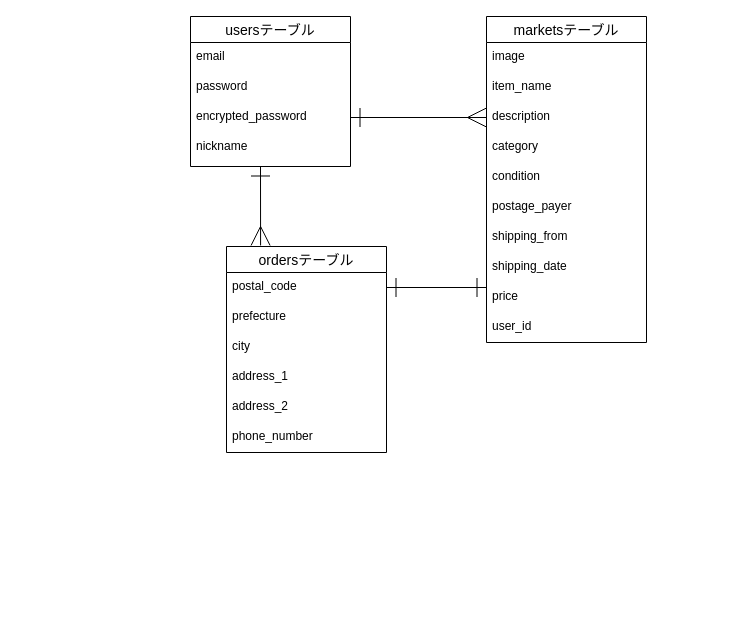
This is database.dio from Gakkk23/furima-37530, a draw.io file, before an edit. Source tidied: cells renumbered, new cells numbered last; positions are measured from the earlier drawing's top-left corner, leaving out a move shared by most shapes. Both pictures are drawn from the tidied source at 100%, with x=0, y=0 at pixel (190, 16).
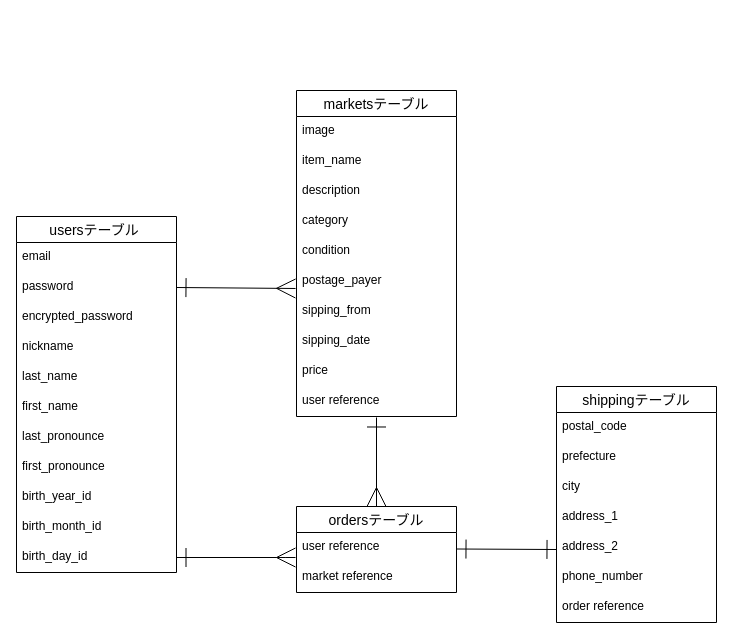
After the change.

Commit message (it also covers changes not shown here):
「データベース設計」修正依頼箇所の修正

The change refers to these unchanged cells:
```xml
<mxCell id="4" value="password" style="text;strokeColor=none;fillColor=none;spacingLeft=4;spacingRight=4;overflow=hidden;points=[[0,0.5],[1,0.5]];portConstraint=eastwest;fontSize=12;" parent="2" vertex="1">
  <mxGeometry y="56" width="160" height="30" as="geometry" />
</mxCell>
<mxCell id="13" value="postage_payer" style="text;strokeColor=none;fillColor=none;spacingLeft=4;spacingRight=4;overflow=hidden;points=[[0,0.5],[1,0.5]];portConstraint=eastwest;fontSize=12;" parent="7" vertex="1">
  <mxGeometry y="176" width="160" height="30" as="geometry" />
</mxCell>
```

What changed in the source:
```diff
@@
-    <mxCell id="2" value="usersテーブル" style="swimlane;fontStyle=0;horizontal=1;startSize=26;align=center;fontSize=14;" parent="1" vertex="1">
-      <mxGeometry width="160" height="150" as="geometry" />
+    <mxCell id="2" value="usersテーブル " style="swimlane;fontStyle=0;horizontal=1;startSize=26;align=center;fontSize=14;" parent="1" vertex="1">
+      <mxGeometry x="-174" y="200" width="160" height="356" as="geometry" />
     </mxCell>
@@
-    <mxCell id="5" value="encrypted_password" style="text;strokeColor=none;fillColor=none;spacingLeft=4;spacingRight=4;overflow=hidden;points=[[0,0.5],[1,0.5]];portConstraint=eastwest;fontSize=12;" parent="2" vertex="1">
+    <mxCell id="5" value="encrypted_password&#10;" style="text;strokeColor=none;fillColor=none;spacingLeft=4;spacingRight=4;overflow=hidden;points=[[0,0.5],[1,0.5]];portConstraint=eastwest;fontSize=12;" parent="2" vertex="1">
       <mxGeometry y="86" width="160" height="30" as="geometry" />
     </mxCell>
     <mxCell id="6" value="nickname" style="text;strokeColor=none;fillColor=none;spacingLeft=4;spacingRight=4;overflow=hidden;fontSize=12;" parent="2" vertex="1">
-      <mxGeometry y="116" width="160" height="34" as="geometry" />
+      <mxGeometry y="116" width="160" height="30" as="geometry" />
     </mxCell>
+    <mxCell id="28" value="last_name&#10;" style="text;strokeColor=none;fillColor=none;spacingLeft=4;spacingRight=4;overflow=hidden;fontSize=12;" parent="2" vertex="1">
+      <mxGeometry y="146" width="160" height="30" as="geometry" />
+    </mxCell>
+    <mxCell id="29" value="first_name" style="text;strokeColor=none;fillColor=none;spacingLeft=4;spacingRight=4;overflow=hidden;fontSize=12;" parent="2" vertex="1">
+      <mxGeometry y="176" width="160" height="30" as="geometry" />
+    </mxCell>
+    <mxCell id="30" value="last_pronounce" style="text;strokeColor=none;fillColor=none;spacingLeft=4;spacingRight=4;overflow=hidden;fontSize=12;" parent="2" vertex="1">
+      <mxGeometry y="206" width="160" height="30" as="geometry" />
+    </mxCell>
+    <mxCell id="31" value="first_pronounce" style="text;strokeColor=none;fillColor=none;spacingLeft=4;spacingRight=4;overflow=hidden;fontSize=12;" parent="2" vertex="1">
+      <mxGeometry y="236" width="160" height="30" as="geometry" />
+    </mxCell>
+    <mxCell id="32" value="birth_year_id" style="text;strokeColor=none;fillColor=none;spacingLeft=4;spacingRight=4;overflow=hidden;fontSize=12;" parent="2" vertex="1">
+      <mxGeometry y="266" width="160" height="30" as="geometry" />
+    </mxCell>
+    <mxCell id="33" value="birth_month_id" style="text;strokeColor=none;fillColor=none;spacingLeft=4;spacingRight=4;overflow=hidden;fontSize=12;" parent="2" vertex="1">
+      <mxGeometry y="296" width="160" height="30" as="geometry" />
+    </mxCell>
+    <mxCell id="34" value="birth_day_id" style="text;strokeColor=none;fillColor=none;spacingLeft=4;spacingRight=4;overflow=hidden;points=[[0,0.5],[1,0.5]];portConstraint=eastwest;fontSize=12;" parent="2" vertex="1">
+      <mxGeometry y="326" width="160" height="30" as="geometry" />
+    </mxCell>
     <mxCell id="7" value="marketsテーブル" style="swimlane;fontStyle=0;horizontal=1;startSize=26;align=center;fontSize=14;" parent="1" vertex="1">
-      <mxGeometry x="296" width="160" height="326" as="geometry" />
+      <mxGeometry x="106" y="74" width="160" height="326" as="geometry" />
     </mxCell>
@@
-    <mxCell id="11" value="category&#10;" style="text;strokeColor=none;fillColor=none;spacingLeft=4;spacingRight=4;overflow=hidden;fontSize=12;" parent="7" vertex="1">
+    <mxCell id="11" value="category" style="text;strokeColor=none;fillColor=none;spacingLeft=4;spacingRight=4;overflow=hidden;fontSize=12;" parent="7" vertex="1">
       <mxGeometry y="116" width="160" height="30" as="geometry" />
     </mxCell>
@@
-    <mxCell id="14" value="shipping_from" style="text;strokeColor=none;fillColor=none;spacingLeft=4;spacingRight=4;overflow=hidden;fontSize=12;" parent="7" vertex="1">
-      <mxGeometry y="206" width="160" height="30" as="geometry" />
-    </mxCell>
-    <mxCell id="15" value="shipping_date" style="text;strokeColor=none;fillColor=none;spacingLeft=4;spacingRight=4;overflow=hidden;fontSize=12;" parent="7" vertex="1">
-      <mxGeometry y="236" width="160" height="30" as="geometry" />
-    </mxCell>
+    <mxCell id="35" value="sipping_from" style="text;strokeColor=none;fillColor=none;spacingLeft=4;spacingRight=4;overflow=hidden;fontSize=12;" parent="7" vertex="1">
+      <mxGeometry y="206" width="160" height="30" as="geometry" />
+    </mxCell>
+    <mxCell id="36" value="sipping_date" style="text;strokeColor=none;fillColor=none;spacingLeft=4;spacingRight=4;overflow=hidden;fontSize=12;" parent="7" vertex="1">
+      <mxGeometry y="236" width="160" height="30" as="geometry" />
+    </mxCell>
@@
-    <mxCell id="17" value="user_id" style="text;strokeColor=none;fillColor=none;spacingLeft=4;spacingRight=4;overflow=hidden;fontSize=12;" parent="7" vertex="1">
-      <mxGeometry y="296" width="160" height="30" as="geometry" />
-    </mxCell>
-    <mxCell id="18" value="ordersテーブル" style="swimlane;fontStyle=0;horizontal=1;startSize=26;align=center;fontSize=14;" parent="1" vertex="1">
-      <mxGeometry x="36" y="230" width="160" height="206" as="geometry" />
-    </mxCell>
+    <mxCell id="37" value="user reference" style="text;strokeColor=none;fillColor=none;spacingLeft=4;spacingRight=4;overflow=hidden;points=[[0,0.5],[1,0.5]];portConstraint=eastwest;fontSize=12;" parent="7" vertex="1">
+      <mxGeometry y="296" width="160" height="30" as="geometry" />
+    </mxCell>
+    <mxCell id="38" style="edgeStyle=none;jumpSize=17;html=1;exitX=1;exitY=0.5;exitDx=0;exitDy=0;entryX=-0.006;entryY=-0.167;entryDx=0;entryDy=0;entryPerimeter=0;startArrow=ERone;startFill=0;endArrow=ERmany;endFill=0;startSize=17;endSize=17;targetPerimeterSpacing=0;" parent="1" edge="1" source="34">
+      <mxGeometry relative="1" as="geometry">
+        <mxPoint x="105" y="541" as="targetPoint" />
+        <Array as="points">
+          <mxPoint x="96" y="541" />
+        </Array>
+      </mxGeometry>
+    </mxCell>
+    <mxCell id="39" style="edgeStyle=none;jumpSize=17;html=1;exitX=1;exitY=0.5;exitDx=0;exitDy=0;startArrow=ERone;startFill=0;endArrow=ERone;endFill=0;startSize=17;endSize=17;targetPerimeterSpacing=0;" parent="1" edge="1">
+      <mxGeometry relative="1" as="geometry">
+        <mxPoint x="266" y="532.5" as="sourcePoint" />
+        <mxPoint x="366" y="533" as="targetPoint" />
+      </mxGeometry>
+    </mxCell>
+    <mxCell id="40" value="shippingテーブル" style="swimlane;fontStyle=0;horizontal=1;startSize=26;align=center;fontSize=14;" parent="1" vertex="1">
+      <mxGeometry x="366" y="370" width="160" height="236" as="geometry" />
+    </mxCell>
-    <mxCell id="19" value="postal_code" style="text;strokeColor=none;fillColor=none;spacingLeft=4;spacingRight=4;overflow=hidden;points=[[0,0.5],[1,0.5]];portConstraint=eastwest;fontSize=12;" parent="18" vertex="1">
+    <mxCell id="19" value="postal_code" style="text;strokeColor=none;fillColor=none;spacingLeft=4;spacingRight=4;overflow=hidden;points=[[0,0.5],[1,0.5]];portConstraint=eastwest;fontSize=12;" parent="40" vertex="1">
       <mxGeometry y="26" width="160" height="30" as="geometry" />
     </mxCell>
-    <mxCell id="20" value="prefecture" style="text;strokeColor=none;fillColor=none;spacingLeft=4;spacingRight=4;overflow=hidden;fontSize=12;" parent="18" vertex="1">
+    <mxCell id="20" value="prefecture" style="text;strokeColor=none;fillColor=none;spacingLeft=4;spacingRight=4;overflow=hidden;fontSize=12;" parent="40" vertex="1">
       <mxGeometry y="56" width="160" height="30" as="geometry" />
     </mxCell>
-    <mxCell id="21" value="city" style="text;strokeColor=none;fillColor=none;spacingLeft=4;spacingRight=4;overflow=hidden;fontSize=12;" parent="18" vertex="1">
+    <mxCell id="21" value="city" style="text;strokeColor=none;fillColor=none;spacingLeft=4;spacingRight=4;overflow=hidden;fontSize=12;" parent="40" vertex="1">
       <mxGeometry y="86" width="160" height="30" as="geometry" />
     </mxCell>
-    <mxCell id="22" value="address_1" style="text;strokeColor=none;fillColor=none;spacingLeft=4;spacingRight=4;overflow=hidden;fontSize=12;" parent="18" vertex="1">
+    <mxCell id="22" value="address_1" style="text;strokeColor=none;fillColor=none;spacingLeft=4;spacingRight=4;overflow=hidden;fontSize=12;" parent="40" vertex="1">
       <mxGeometry y="116" width="160" height="30" as="geometry" />
     </mxCell>
-    <mxCell id="23" value="address_2" style="text;strokeColor=none;fillColor=none;spacingLeft=4;spacingRight=4;overflow=hidden;fontSize=12;" parent="18" vertex="1">
+    <mxCell id="23" value="address_2" style="text;strokeColor=none;fillColor=none;spacingLeft=4;spacingRight=4;overflow=hidden;fontSize=12;" parent="40" vertex="1">
       <mxGeometry y="146" width="160" height="30" as="geometry" />
     </mxCell>
-    <mxCell id="24" value="phone_number" style="text;strokeColor=none;fillColor=none;spacingLeft=4;spacingRight=4;overflow=hidden;fontSize=12;" parent="18" vertex="1">
+    <mxCell id="24" value="phone_number" style="text;strokeColor=none;fillColor=none;spacingLeft=4;spacingRight=4;overflow=hidden;fontSize=12;" parent="40" vertex="1">
       <mxGeometry y="176" width="160" height="30" as="geometry" />
     </mxCell>
-    <mxCell id="25" style="edgeStyle=none;html=1;exitX=1;exitY=0.5;exitDx=0;exitDy=0;startArrow=ERone;startFill=0;endArrow=ERmany;endFill=0;startSize=17;endSize=17;targetPerimeterSpacing=0;jumpSize=17;" parent="1" edge="1" source="5">
-      <mxGeometry relative="1" as="geometry">
-        <mxPoint x="296" y="101" as="targetPoint" />
-      </mxGeometry>
-    </mxCell>
-    <mxCell id="26" style="edgeStyle=none;html=1;entryX=0.213;entryY=-0.005;entryDx=0;entryDy=0;entryPerimeter=0;startArrow=ERone;startFill=0;endArrow=ERmany;endFill=0;startSize=17;endSize=17;" parent="1" edge="1" target="18">
-      <mxGeometry relative="1" as="geometry">
-        <mxPoint x="70" y="150" as="sourcePoint" />
-      </mxGeometry>
-    </mxCell>
-    <mxCell id="27" style="edgeStyle=none;html=1;exitX=1;exitY=0.5;exitDx=0;exitDy=0;startArrow=ERone;startFill=0;endArrow=ERone;endFill=0;startSize=17;endSize=17;" parent="1" edge="1" source="19">
-      <mxGeometry relative="1" as="geometry">
-        <mxPoint x="296" y="271" as="targetPoint" />
-      </mxGeometry>
-    </mxCell>
+    <mxCell id="41" value="order reference" style="text;strokeColor=none;fillColor=none;spacingLeft=4;spacingRight=4;overflow=hidden;fontSize=12;" parent="40" vertex="1">
+      <mxGeometry y="206" width="160" height="30" as="geometry" />
+    </mxCell>
+    <mxCell id="42" style="edgeStyle=none;jumpSize=17;html=1;startArrow=ERone;startFill=0;endArrow=ERmany;endFill=0;startSize=17;endSize=17;targetPerimeterSpacing=0;" parent="1" edge="1" source="18">
+      <mxGeometry relative="1" as="geometry">
+        <mxPoint x="186" y="490" as="targetPoint" />
+      </mxGeometry>
+    </mxCell>
+    <mxCell id="43" style="edgeStyle=none;jumpSize=17;html=1;exitX=0.5;exitY=0;exitDx=0;exitDy=0;entryX=0.5;entryY=1.033;entryDx=0;entryDy=0;entryPerimeter=0;startArrow=ERmany;startFill=0;endArrow=ERone;endFill=0;startSize=17;endSize=17;targetPerimeterSpacing=0;" parent="1" edge="1" source="18" target="37">
+      <mxGeometry relative="1" as="geometry" />
+    </mxCell>
+    <mxCell id="18" value="ordersテーブル" style="swimlane;fontStyle=0;horizontal=1;startSize=26;align=center;fontSize=14;" parent="1" vertex="1">
+      <mxGeometry x="106" y="490" width="160" height="86" as="geometry" />
+    </mxCell>
+    <mxCell id="44" value="user reference" style="text;strokeColor=none;fillColor=none;spacingLeft=4;spacingRight=4;overflow=hidden;fontSize=12;" parent="18" vertex="1">
+      <mxGeometry y="26" width="160" height="30" as="geometry" />
+    </mxCell>
+    <mxCell id="45" value="market reference" style="text;strokeColor=none;fillColor=none;spacingLeft=4;spacingRight=4;overflow=hidden;fontSize=12;" parent="18" vertex="1">
+      <mxGeometry y="56" width="160" height="30" as="geometry" />
+    </mxCell>
+    <mxCell id="46" style="edgeStyle=none;jumpSize=17;html=1;exitX=1;exitY=0.5;exitDx=0;exitDy=0;entryX=-0.006;entryY=0.733;entryDx=0;entryDy=0;entryPerimeter=0;startArrow=ERone;startFill=0;endArrow=ERmany;endFill=0;startSize=17;endSize=17;targetPerimeterSpacing=0;" parent="1" edge="1" source="4" target="13">
+      <mxGeometry relative="1" as="geometry" />
+    </mxCell>
```
